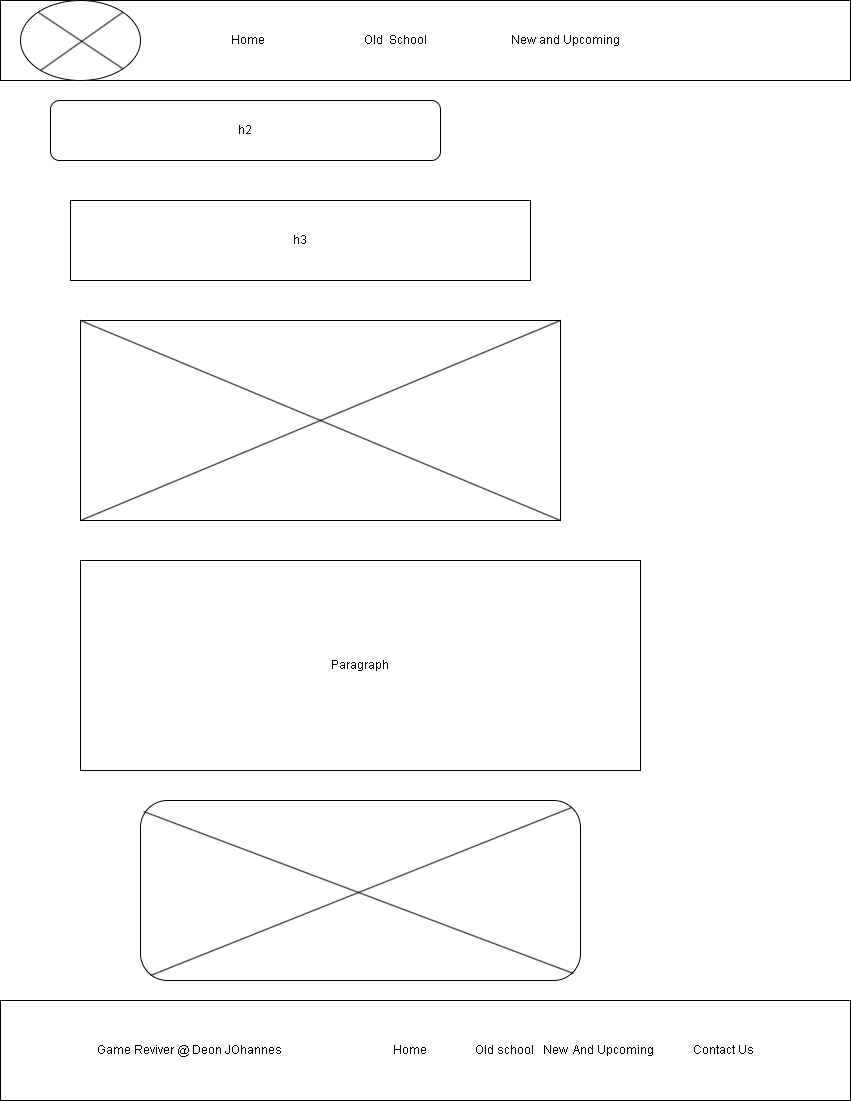
Earlier version of the draw.io export gamereviver/images/home page wireframe.png (DeonAlfred/wdd130). Source tidied: cells renumbered, new cells last; positions are measured from the earlier drawing's top-left corner, leaving out a move shared by most shapes.
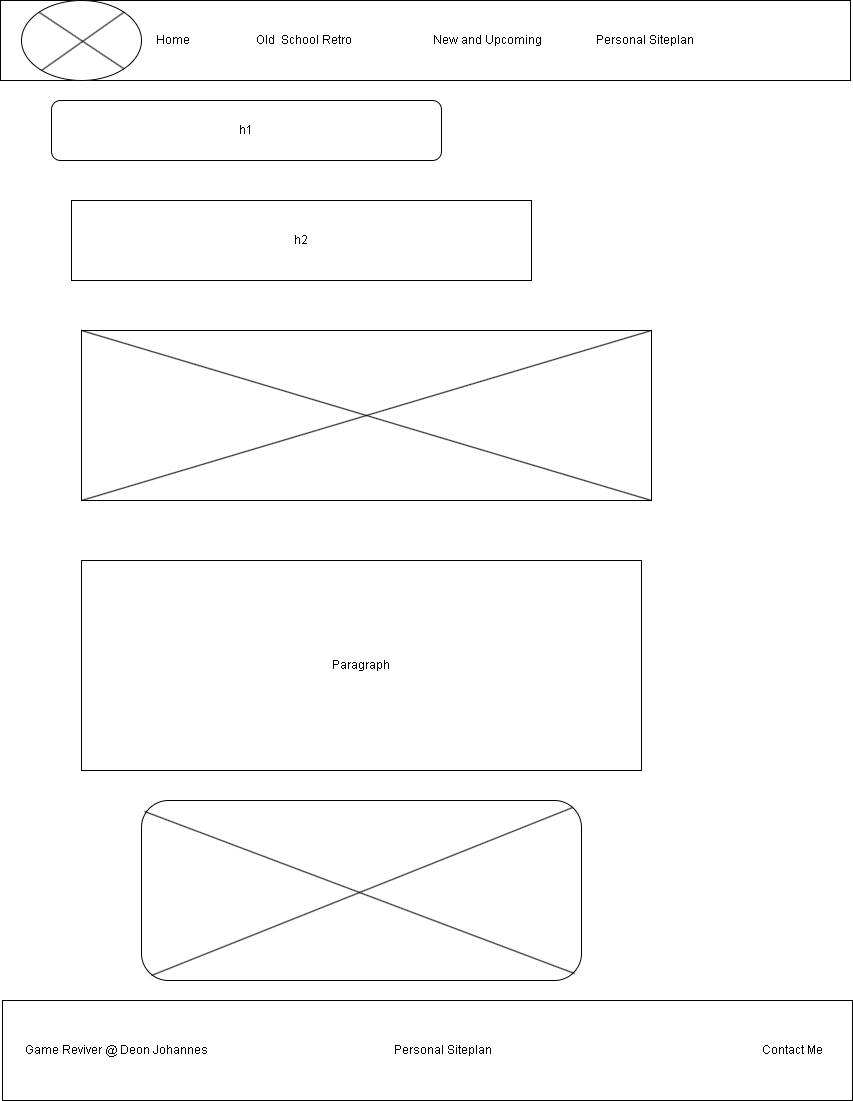
After the change.

What changed in the source:
```diff
@@ -5,14 +5,14 @@
     <mxCell id="2" style="rounded=1;whiteSpace=wrap;html=1;shadow=0;" parent="1" vertex="1">
       <mxGeometry x="190" y="10" width="120" height="60" as="geometry" />
     </mxCell>
-    <mxCell id="3" value="Home&amp;nbsp; &amp;nbsp; &amp;nbsp; &amp;nbsp; &amp;nbsp; &amp;nbsp; &amp;nbsp; &amp;nbsp; &amp;nbsp; &amp;nbsp; &amp;nbsp; &amp;nbsp; &amp;nbsp; &amp;nbsp; &amp;nbsp; &amp;nbsp; &amp;nbsp;Old&amp;nbsp; School&amp;nbsp; &amp;nbsp; &amp;nbsp; &amp;nbsp; &amp;nbsp; &amp;nbsp; &amp;nbsp; &amp;nbsp; &amp;nbsp; &amp;nbsp; &amp;nbsp; &amp;nbsp; &amp;nbsp; &amp;nbsp; New and Upcoming" style="rounded=0;whiteSpace=wrap;html=1;align=center;" parent="1" vertex="1">
-      <mxGeometry width="850" height="80" as="geometry" />
+    <mxCell id="3" value="Home&amp;nbsp; &amp;nbsp; &amp;nbsp; &amp;nbsp; &amp;nbsp; &amp;nbsp; &amp;nbsp; &amp;nbsp; &amp;nbsp; &amp;nbsp; &amp;nbsp; Old&amp;nbsp; School Retro&amp;nbsp; &amp;nbsp; &amp;nbsp; &amp;nbsp; &amp;nbsp; &amp;nbsp; &amp;nbsp; &amp;nbsp; &amp;nbsp; &amp;nbsp; &amp;nbsp; &amp;nbsp; &amp;nbsp; &amp;nbsp;New and Upcoming&amp;nbsp; &amp;nbsp; &amp;nbsp; &amp;nbsp; &amp;nbsp; &amp;nbsp; &amp;nbsp; &amp;nbsp; &amp;nbsp; Personal Siteplan" style="rounded=0;whiteSpace=wrap;html=1;align=center;" parent="1" vertex="1">
+      <mxGeometry x="-1" width="850" height="80" as="geometry" />
     </mxCell>
     <mxCell id="4" style="ellipse;whiteSpace=wrap;html=1;" parent="1" vertex="1">
       <mxGeometry x="20" width="120" height="80" as="geometry" />
     </mxCell>
-    <mxCell id="5" value="&amp;nbsp;Game Reviver @ Deon JOhannes&amp;nbsp; &amp;nbsp; &amp;nbsp; &amp;nbsp; &amp;nbsp; &amp;nbsp; &amp;nbsp; &amp;nbsp; &amp;nbsp; &amp;nbsp; &amp;nbsp; &amp;nbsp; &amp;nbsp; &amp;nbsp; &amp;nbsp; &amp;nbsp; &amp;nbsp; &amp;nbsp; &amp;nbsp;Home&amp;nbsp; &amp;nbsp; &amp;nbsp; &amp;nbsp; &amp;nbsp; &amp;nbsp; &amp;nbsp; &amp;nbsp; Old school&amp;nbsp; &amp;nbsp;New&amp;nbsp; And Upcoming&amp;nbsp; &amp;nbsp; &amp;nbsp; &amp;nbsp; &amp;nbsp; &amp;nbsp; &amp;nbsp;Contact Us&amp;nbsp;" style="rounded=0;whiteSpace=wrap;html=1;" parent="1" vertex="1">
-      <mxGeometry y="1000" width="850" height="100" as="geometry" />
+    <mxCell id="5" value="&amp;nbsp; &amp;nbsp; &amp;nbsp; &amp;nbsp;Game Reviver @ Deon Johannes&amp;nbsp; &amp;nbsp; &amp;nbsp; &amp;nbsp; &amp;nbsp; &amp;nbsp; &amp;nbsp; &amp;nbsp; &amp;nbsp; &amp;nbsp; &amp;nbsp; &amp;nbsp; &amp;nbsp; &amp;nbsp; &amp;nbsp; &amp;nbsp; &amp;nbsp; &amp;nbsp; &amp;nbsp; &amp;nbsp; &amp;nbsp; &amp;nbsp; &amp;nbsp; &amp;nbsp; &amp;nbsp; &amp;nbsp; &amp;nbsp; &amp;nbsp; &amp;nbsp; &amp;nbsp; &amp;nbsp; Personal Siteplan&amp;nbsp; &amp;nbsp; &amp;nbsp; &amp;nbsp; &amp;nbsp; &amp;nbsp; &amp;nbsp; &amp;nbsp; &amp;nbsp; &amp;nbsp; &amp;nbsp; &amp;nbsp; &amp;nbsp; &amp;nbsp; &amp;nbsp; &amp;nbsp; &amp;nbsp; &amp;nbsp; &amp;nbsp; &amp;nbsp; &amp;nbsp; &amp;nbsp; &amp;nbsp; &amp;nbsp; &amp;nbsp; &amp;nbsp; &amp;nbsp; &amp;nbsp; &amp;nbsp; &amp;nbsp; &amp;nbsp; &amp;nbsp; &amp;nbsp; &amp;nbsp; &amp;nbsp; &amp;nbsp; &amp;nbsp; &amp;nbsp; &amp;nbsp; &amp;nbsp; &amp;nbsp; &amp;nbsp; &amp;nbsp; &amp;nbsp; &amp;nbsp; Contact Me" style="rounded=0;whiteSpace=wrap;html=1;align=left;" parent="1" vertex="1">
+      <mxGeometry x="1" y="1000" width="850" height="100" as="geometry" />
     </mxCell>
     <mxCell id="6" style="endArrow=none;html=1;rounded=0;entryX=1;entryY=0;entryDx=0;entryDy=0;" parent="1" edge="1" target="4">
       <mxGeometry relative="1" as="geometry">
@@ -22,17 +22,17 @@
     <mxCell id="7" style="endArrow=none;html=1;rounded=0;entryX=1;entryY=1;entryDx=0;entryDy=0;exitX=0;exitY=0;exitDx=0;exitDy=0;" parent="1" edge="1" source="4" target="4">
       <mxGeometry relative="1" as="geometry" />
     </mxCell>
-    <mxCell id="8" value="h2" style="rounded=1;whiteSpace=wrap;html=1;" parent="1" vertex="1">
+    <mxCell id="8" value="h1" style="rounded=1;whiteSpace=wrap;html=1;" parent="1" vertex="1">
       <mxGeometry x="50" y="100" width="390" height="60" as="geometry" />
     </mxCell>
     <mxCell id="9" value="Text" style="text;html=1;align=center;verticalAlign=middle;strokeColor=none;fillColor=none;" parent="1" vertex="1">
       <mxGeometry x="360" y="208" width="40" height="30" as="geometry" />
     </mxCell>
-    <mxCell id="10" value="h3" style="rounded=0;whiteSpace=wrap;html=1;" parent="1" vertex="1">
+    <mxCell id="10" value="h2" style="rounded=0;whiteSpace=wrap;html=1;" parent="1" vertex="1">
       <mxGeometry x="70" y="200" width="460" height="80" as="geometry" />
     </mxCell>
     <mxCell id="11" style="rounded=0;whiteSpace=wrap;html=1;" parent="1" vertex="1">
-      <mxGeometry x="80" y="320" width="480" height="200" as="geometry" />
+      <mxGeometry x="80" y="330" width="570" height="170" as="geometry" />
     </mxCell>
     <mxCell id="12" value="Paragraph" style="rounded=0;whiteSpace=wrap;html=1;" parent="1" vertex="1">
       <mxGeometry x="80" y="560" width="560" height="210" as="geometry" />
```
